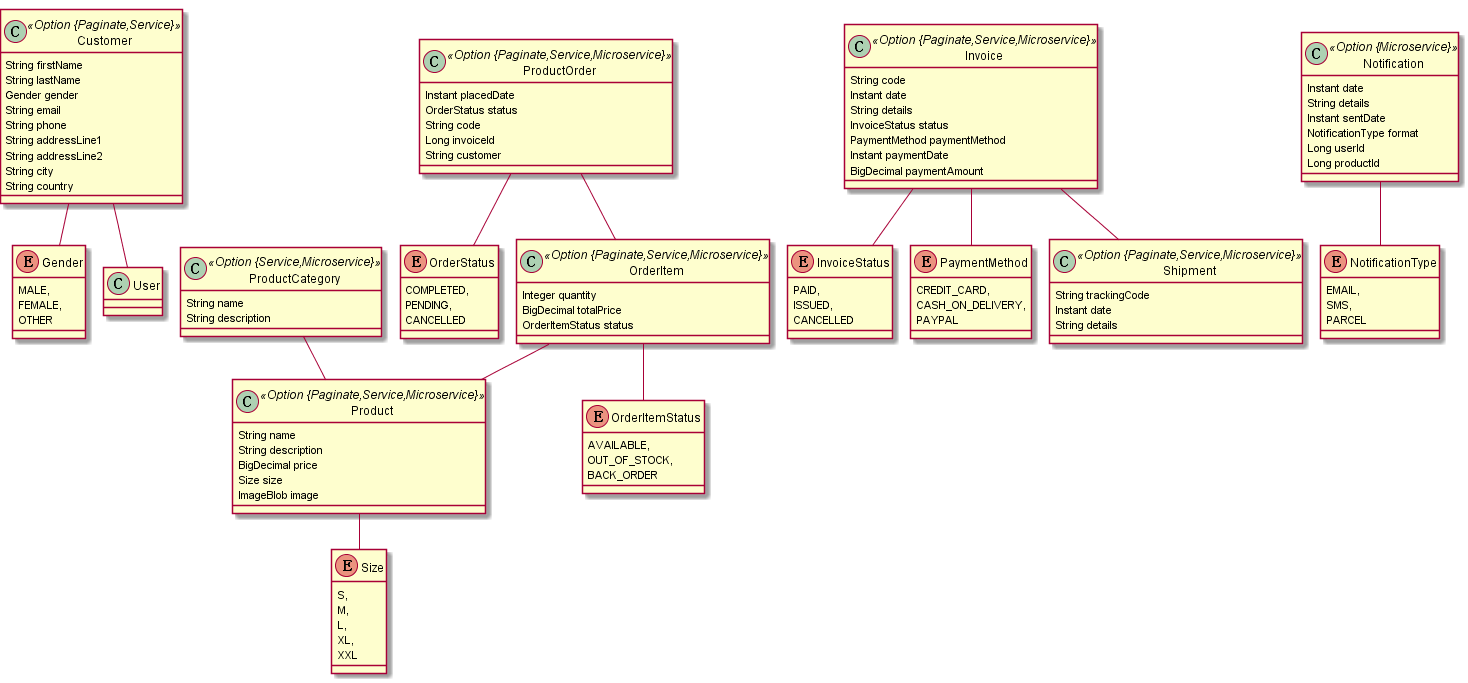
lsfoo/share-task keeps this PlantUML diagram as models/v6.png. Above is the earlier version.
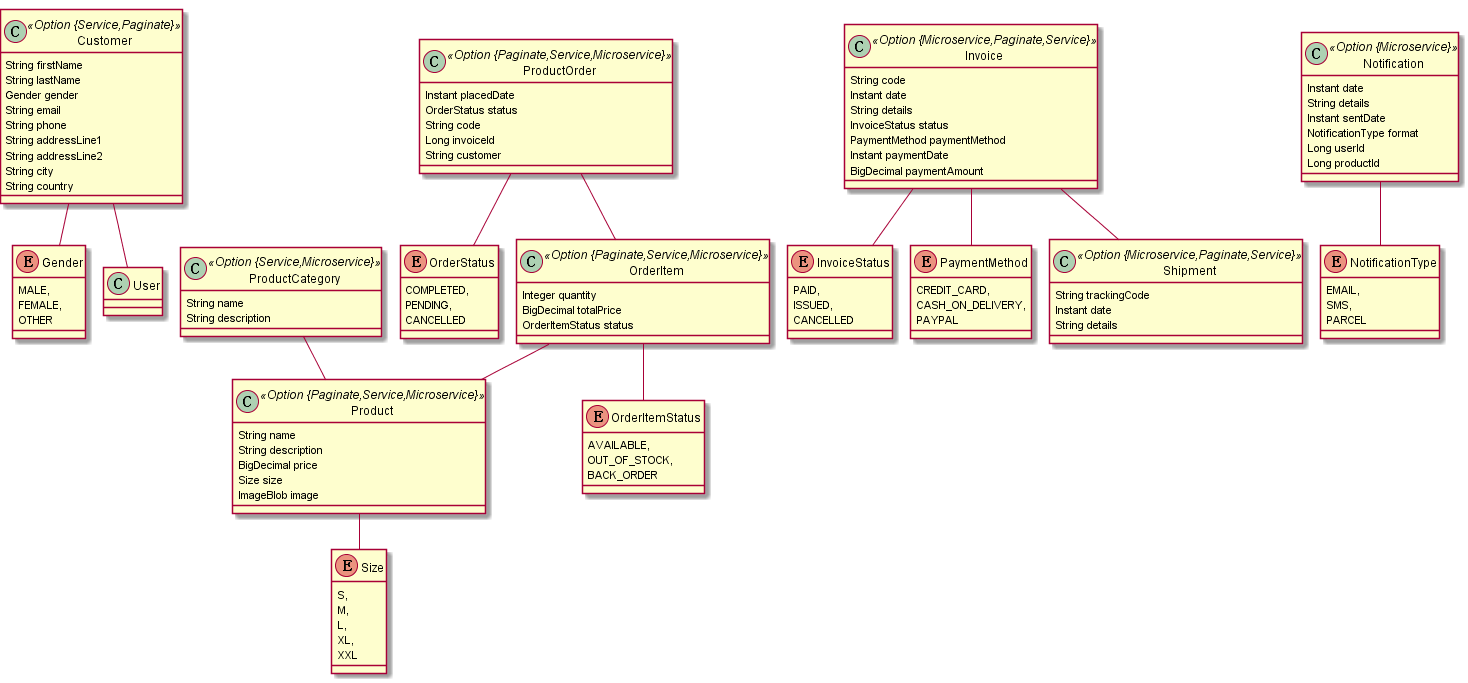
The same file after the commit.

Diff of the diagram source:
```diff
@@ -1,7 +1,7 @@
 @startuml
 	!pragma graphviz_dot jdot
 	!pragma syntax class
-	class Customer <<Option {Paginate,Service}>> {
+	class Customer <<Option {Service,Paginate}>> {
 		String firstName
 		String lastName
 		Gender gender
@@ -65,7 +65,7 @@
 	OrderItem  "product(name)  1..* " o-- "0..1 "  Product
 	ProductOrder  "orderItem 0..1 " --o "order(code)  1..* "  OrderItem
 	ProductCategory  "product 0..1 " --o "productCategory(name) 0..* "  Product
-	class Invoice <<Option {Paginate,Service,Microservice}>> {
+	class Invoice <<Option {Microservice,Paginate,Service}>> {
 		String code
 		Instant date
 		String details
@@ -81,7 +81,7 @@
 		ISSUED,
 		CANCELLED
 	}
-	class Shipment <<Option {Paginate,Service,Microservice}>> {
+	class Shipment <<Option {Microservice,Paginate,Service}>> {
 		String trackingCode
 		Instant date
 		String details
```
